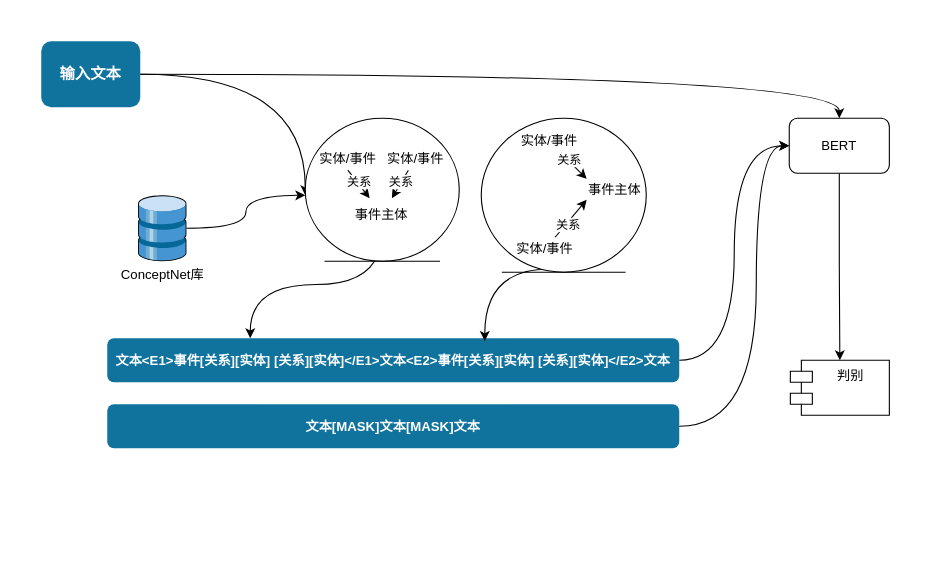
Above: page "第 2 页" (2 of 11) of 2.drawio in JiaXinLI98/myProject (draw.io), before the change. Source tidied: cells renumbered, new cells numbered last; positions are measured from the earlier drawing's top-left corner, leaving out a move shared by most shapes. Both pictures are drawn from the tidied source at 110%, with x=0, y=0 at pixel (41, 41).
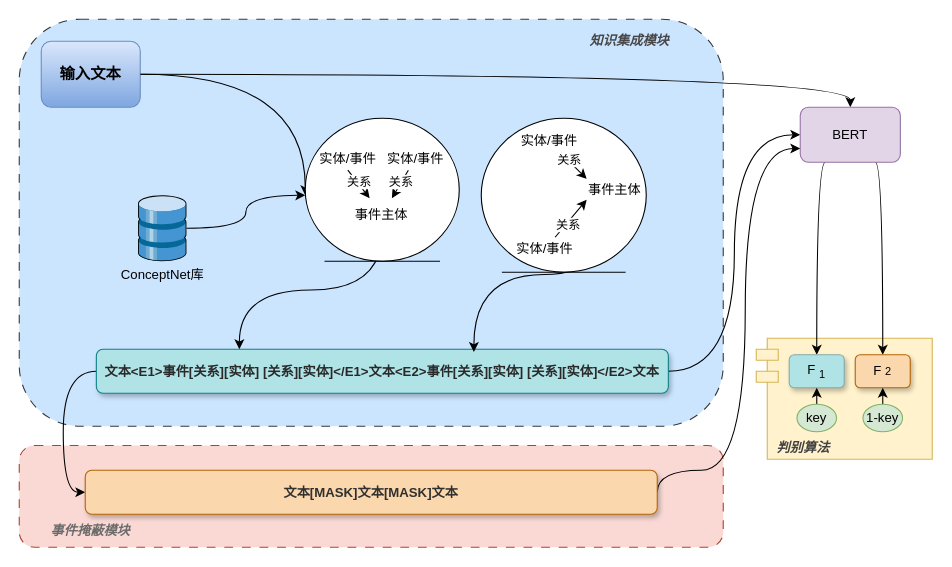
Above is the later version.

Unchanged cells that the change refers to:
```xml
<mxCell id="4" style="group;" parent="1" vertex="1">
  <mxGeometry x="60" y="140" width="100" height="88" as="geometry" />
</mxCell>
```

Diff of the diagram source:
```diff
@@
+    <mxCell id="38" style="rounded=1;whiteSpace=wrap;html=1;dashed=1;dashPattern=8 8;fillColor=#fad9d5;strokeColor=#ae4132;" parent="1" vertex="1">
+      <mxGeometry x="-20" y="367.5" width="640" height="92.5" as="geometry" />
+    </mxCell>
+    <mxCell id="39" style="rounded=1;whiteSpace=wrap;html=1;dashed=1;dashPattern=8 8;fillColor=#cce5ff;strokeColor=#36393d;" parent="1" vertex="1">
+      <mxGeometry x="-20" y="-20" width="640" height="370" as="geometry" />
+    </mxCell>
@@
-    <mxCell id="3" value="输入文本" style="fillColor=#10739E;strokecolor=none;rounded=1;fontColor=#FFFFFF;strokeColor=none;fontStyle=1;fontSize=14;whiteSpace=wrap;html=1;" parent="1" vertex="1">
+    <mxCell id="3" value="输入文本" style="fillColor=#dae8fc;strokecolor=none;rounded=1;strokeColor=#6c8ebf;fontStyle=1;fontSize=14;whiteSpace=wrap;html=1;gradientColor=#7ea6e0;" parent="1" vertex="1">
       <mxGeometry width="90" height="60" as="geometry" />
     </mxCell>
@@
-    <mxCell id="5" style="sketch=0;shadow=0;dashed=0;html=1;labelPosition=center;verticalLabelPosition=bottom;verticalAlign=top;align=center;outlineConnect=0;shape=mxgraph.veeam.3d.full_datastore;" parent="4" vertex="1">
+    <mxCell id="5" style="sketch=0;shadow=0;dashed=0;html=1;labelPosition=center;verticalLabelPosition=bottom;verticalAlign=top;align=center;outlineConnect=0;shape=mxgraph.veeam.3d.full_datastore;fillColor=#cdeb8b;strokeColor=#36393d;" parent="4" vertex="1">
       <mxGeometry x="28" width="44" height="60" as="geometry" />
     </mxCell>
@@
+    <mxCell id="40" style="edgeStyle=orthogonalEdgeStyle;rounded=0;jettySize=auto;html=1;entryX=0;entryY=0.5;entryDx=0;entryDy=0;exitX=0;exitY=0.5;exitDx=0;exitDy=0;curved=1;" parent="1" edge="1" source="10" target="36">
+      <mxGeometry relative="1" as="geometry" />
+    </mxCell>
-    <mxCell id="10" value="&lt;font style=&quot;font-size: 12px;&quot;&gt;文本&amp;lt;E1&amp;gt;事件[关系][实体] [关系][实体]&amp;lt;/E1&amp;gt;文本&amp;lt;E2&amp;gt;事件[关系][实体] [关系][实体]&amp;lt;/E2&amp;gt;文本&lt;/font&gt;" style="fillColor=#10739E;strokecolor=none;rounded=1;fontColor=#FFFFFF;strokeColor=none;fontStyle=1;fontSize=14;whiteSpace=wrap;html=1;" parent="1" vertex="1">
-      <mxGeometry x="60" y="270" width="520" height="40" as="geometry" />
+    <mxCell id="10" value="&lt;font color=&quot;#292929&quot; style=&quot;font-size: 12px;&quot;&gt;文本&amp;lt;E1&amp;gt;事件[关系][实体] [关系][实体]&amp;lt;/E1&amp;gt;文本&amp;lt;E2&amp;gt;事件[关系][实体] [关系][实体]&amp;lt;/E2&amp;gt;文本&lt;/font&gt;" style="fillColor=#b0e3e6;strokecolor=none;rounded=1;strokeColor=#0e8088;fontStyle=1;fontSize=14;whiteSpace=wrap;html=1;shadow=1;glass=0;" parent="1" vertex="1">
+      <mxGeometry x="50.1" y="280" width="520" height="40" as="geometry" />
     </mxCell>
@@
-    <mxCell id="33" value="判别" style="shape=module;align=left;spacingLeft=20;align=center;verticalAlign=top;whiteSpace=wrap;html=1;" parent="1" vertex="1">
-      <mxGeometry x="681" y="290" width="90" height="50" as="geometry" />
+    <mxCell id="33" style="shape=module;align=left;spacingLeft=20;align=center;verticalAlign=top;whiteSpace=wrap;html=1;fillColor=#fff2cc;strokeColor=#d6b656;" parent="1" vertex="1">
+      <mxGeometry x="650" y="270" width="160" height="110" as="geometry" />
     </mxCell>
-    <mxCell id="34" style="edgeStyle=orthogonalEdgeStyle;rounded=0;jettySize=auto;html=1;entryX=0.5;entryY=0;entryDx=0;entryDy=0;" parent="1" edge="1" source="35" target="33">
-      <mxGeometry relative="1" as="geometry" />
-    </mxCell>
+    <mxCell id="41" style="edgeStyle=orthogonalEdgeStyle;rounded=0;jettySize=auto;html=1;exitX=0.25;exitY=1;exitDx=0;exitDy=0;curved=1;entryX=0.5;entryY=0;entryDx=0;entryDy=0;" parent="1" edge="1" source="35" target="44">
+      <mxGeometry relative="1" as="geometry">
+        <Array as="points">
+          <mxPoint x="705" y="110" />
+        </Array>
+      </mxGeometry>
+    </mxCell>
+    <mxCell id="42" style="edgeStyle=orthogonalEdgeStyle;rounded=0;jettySize=auto;html=1;exitX=0.75;exitY=1;exitDx=0;exitDy=0;entryX=0.5;entryY=0;entryDx=0;entryDy=0;curved=1;" parent="1" edge="1" source="35" target="45">
+      <mxGeometry relative="1" as="geometry">
+        <Array as="points">
+          <mxPoint x="765" y="110" />
+        </Array>
+      </mxGeometry>
+    </mxCell>
-    <mxCell id="35" value="BERT" style="rounded=1;whiteSpace=wrap;html=1;" parent="1" vertex="1">
-      <mxGeometry x="680" y="70" width="91" height="50" as="geometry" />
+    <mxCell id="35" value="BERT" style="rounded=1;whiteSpace=wrap;html=1;fillColor=#e1d5e7;strokeColor=#9673a6;" parent="1" vertex="1">
+      <mxGeometry x="690" y="60" width="91" height="50" as="geometry" />
     </mxCell>
+    <mxCell id="37" style="edgeStyle=orthogonalEdgeStyle;rounded=0;jettySize=auto;html=1;entryX=0;entryY=0.75;entryDx=0;entryDy=0;curved=1;exitX=1;exitY=0.5;exitDx=0;exitDy=0;" parent="1" edge="1" source="36" target="35">
+      <mxGeometry relative="1" as="geometry">
+        <Array as="points">
+          <mxPoint x="560" y="390" />
+          <mxPoint x="640" y="390" />
+          <mxPoint x="640" y="98" />
+        </Array>
+      </mxGeometry>
+    </mxCell>
-    <mxCell id="36" value="&lt;font style=&quot;font-size: 12px;&quot;&gt;文本[MASK]文本[MASK]文本&lt;/font&gt;" style="fillColor=#10739E;strokecolor=none;rounded=1;fontColor=#FFFFFF;strokeColor=none;fontStyle=1;fontSize=14;whiteSpace=wrap;html=1;" parent="1" vertex="1">
-      <mxGeometry x="60" y="330" width="520" height="40" as="geometry" />
+    <mxCell id="36" value="&lt;font color=&quot;#303030&quot; style=&quot;font-size: 12px;&quot;&gt;文本[MASK]文本[MASK]文本&lt;/font&gt;" style="fillColor=#fad7ac;strokecolor=none;rounded=1;strokeColor=#b46504;fontStyle=1;fontSize=14;whiteSpace=wrap;html=1;shadow=1;" parent="1" vertex="1">
+      <mxGeometry x="40" y="390" width="520" height="40" as="geometry" />
     </mxCell>
-    <mxCell id="37" style="edgeStyle=orthogonalEdgeStyle;rounded=0;jettySize=auto;html=1;entryX=0;entryY=0.5;entryDx=0;entryDy=0;curved=1;" parent="1" edge="1" source="36" target="35">
-      <mxGeometry relative="1" as="geometry">
-        <Array as="points">
-          <mxPoint x="650" y="350" />
-          <mxPoint x="650" y="95" />
-        </Array>
-      </mxGeometry>
-    </mxCell>
+    <mxCell id="43" value="&lt;b&gt;&lt;i&gt;&lt;font color=&quot;#474747&quot;&gt;知识集成模块&lt;/font&gt;&lt;/i&gt;&lt;/b&gt;" style="text;html=1;strokeColor=none;fillColor=none;align=center;verticalAlign=middle;whiteSpace=wrap;rounded=0;" parent="1" vertex="1">
+      <mxGeometry x="490" y="-10" width="90" height="20" as="geometry" />
+    </mxCell>
+    <mxCell id="44" value="F &lt;sub&gt;1&lt;/sub&gt;" style="rounded=1;whiteSpace=wrap;html=1;fillColor=#b0e3e6;strokeColor=#85ABAD;shadow=1;" parent="1" vertex="1">
+      <mxGeometry x="680" y="285" width="50" height="30" as="geometry" />
+    </mxCell>
+    <mxCell id="45" value="F &lt;span style=&quot;font-size: 10px;&quot;&gt;2&lt;/span&gt;" style="rounded=1;whiteSpace=wrap;html=1;fillColor=#fad7ac;strokeColor=#b46504;shadow=1;" parent="1" vertex="1">
+      <mxGeometry x="740" y="285" width="50" height="30" as="geometry" />
+    </mxCell>
+    <mxCell id="46" style="edgeStyle=orthogonalEdgeStyle;rounded=0;jettySize=auto;html=1;exitX=0.5;exitY=0;exitDx=0;exitDy=0;entryX=0.5;entryY=1;entryDx=0;entryDy=0;" parent="1" edge="1" source="47" target="44">
+      <mxGeometry relative="1" as="geometry" />
+    </mxCell>
+    <mxCell id="47" value="key" style="ellipse;whiteSpace=wrap;html=1;fillColor=#d5e8d4;strokeColor=#82b366;" parent="1" vertex="1">
+      <mxGeometry x="687" y="330" width="36" height="25" as="geometry" />
+    </mxCell>
+    <mxCell id="48" style="edgeStyle=orthogonalEdgeStyle;rounded=0;jettySize=auto;html=1;exitX=0.5;exitY=0;exitDx=0;exitDy=0;entryX=0.5;entryY=1;entryDx=0;entryDy=0;" parent="1" edge="1" source="49" target="45">
+      <mxGeometry relative="1" as="geometry" />
+    </mxCell>
+    <mxCell id="49" value="1-key" style="ellipse;whiteSpace=wrap;html=1;fillColor=#d5e8d4;strokeColor=#82b366;" parent="1" vertex="1">
+      <mxGeometry x="747" y="330" width="36" height="25" as="geometry" />
+    </mxCell>
+    <mxCell id="50" value="&lt;b&gt;&lt;i&gt;&lt;font color=&quot;#424242&quot;&gt;判别算法&lt;/font&gt;&lt;/i&gt;&lt;/b&gt;" style="text;html=1;strokeColor=none;fillColor=none;align=center;verticalAlign=middle;whiteSpace=wrap;rounded=0;" parent="1" vertex="1">
+      <mxGeometry x="663" y="355" width="60" height="30" as="geometry" />
+    </mxCell>
+    <mxCell id="51" value="&lt;b&gt;&lt;i&gt;&lt;font color=&quot;#6b6b6b&quot;&gt;事件掩蔽模块&lt;/font&gt;&lt;/i&gt;&lt;/b&gt;" style="text;html=1;strokeColor=none;fillColor=none;align=center;verticalAlign=middle;whiteSpace=wrap;rounded=0;" parent="1" vertex="1">
+      <mxGeometry x="-10" y="430" width="110" height="30" as="geometry" />
+    </mxCell>
```
